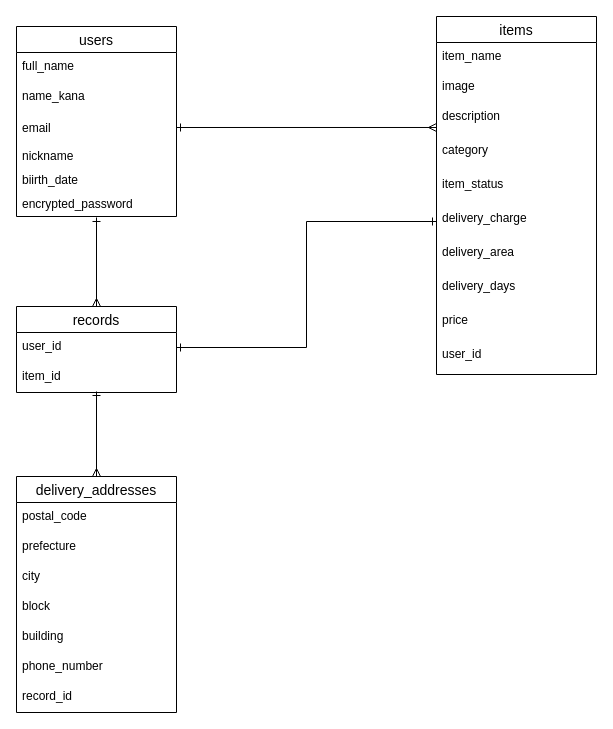
yoshi3939/furima-36113 keeps this draw.io diagram as furima.dio. Above is the earlier version. Source tidied: cells renumbered, new cells numbered last; positions are measured from the earlier drawing's top-left corner, leaving out a move shared by most shapes. Both pictures are drawn from the tidied source at 100%, with x=0, y=0 at pixel (16, 16).
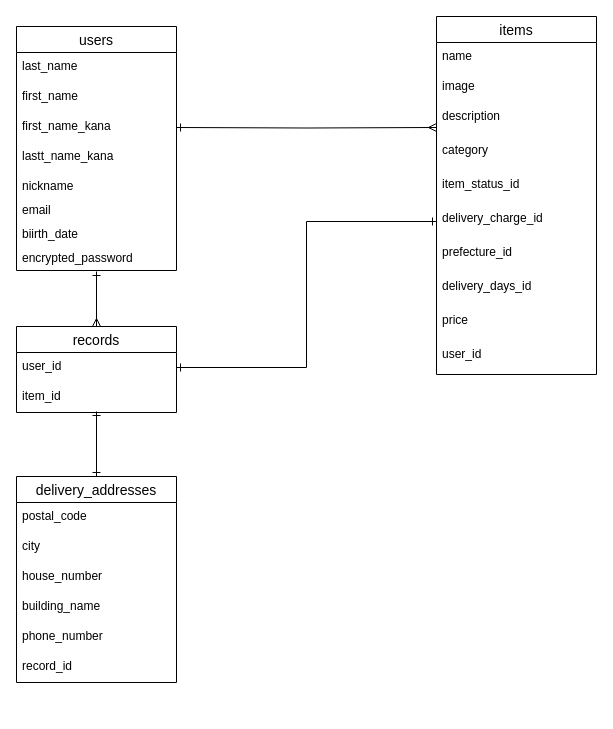
After the change.

Commit message (it also covers changes not shown here):
データベース設計修正

Unchanged cells that the change refers to:
```xml
<mxCell id="9" value="items" style="swimlane;fontStyle=0;horizontal=1;startSize=26;align=center;fontSize=14;" parent="1" vertex="1">
  <mxGeometry x="420" width="160" height="358" as="geometry" />
</mxCell>
<mxCell id="12" value="description" style="text;strokeColor=none;fillColor=none;spacingLeft=4;spacingRight=4;overflow=hidden;points=[[0,0.5],[1,0.5]];portConstraint=eastwest;fontSize=12;" parent="9" vertex="1">
  <mxGeometry y="86" width="160" height="34" as="geometry" />
</mxCell>
<mxCell id="23" value="item_id" style="text;strokeColor=none;fillColor=none;spacingLeft=4;spacingRight=4;overflow=hidden;points=[[0,0.5],[1,0.5]];portConstraint=eastwest;fontSize=12;" parent="21" vertex="1">
  <mxGeometry y="56" width="160" height="30" as="geometry" />
</mxCell>
```

The edit, as a diff of the source:
```diff
@@
     <mxCell id="2" value="users" style="swimlane;fontStyle=0;horizontal=1;startSize=26;align=center;fontSize=14;" parent="1" vertex="1">
-      <mxGeometry y="10" width="160" height="190" as="geometry" />
+      <mxGeometry y="10" width="160" height="244" as="geometry" />
     </mxCell>
-    <mxCell id="3" value="full_name" style="text;strokeColor=none;fillColor=none;spacingLeft=4;spacingRight=4;overflow=hidden;fontSize=12;" parent="2" vertex="1">
+    <mxCell id="3" value="last_name" style="text;strokeColor=none;fillColor=none;spacingLeft=4;spacingRight=4;overflow=hidden;fontSize=12;" parent="2" vertex="1">
       <mxGeometry y="26" width="160" height="30" as="geometry" />
     </mxCell>
+    <mxCell id="35" value="first_name" style="text;strokeColor=none;fillColor=none;spacingLeft=4;spacingRight=4;overflow=hidden;fontSize=12;" parent="2" vertex="1">
+      <mxGeometry y="56" width="160" height="30" as="geometry" />
+    </mxCell>
-    <mxCell id="4" value="name_kana" style="text;strokeColor=none;fillColor=none;spacingLeft=4;spacingRight=4;overflow=hidden;fontSize=12;" parent="2" vertex="1">
-      <mxGeometry y="56" width="160" height="30" as="geometry" />
+    <mxCell id="4" value="first_name_kana" style="text;strokeColor=none;fillColor=none;spacingLeft=4;spacingRight=4;overflow=hidden;fontSize=12;" parent="2" vertex="1">
+      <mxGeometry y="86" width="160" height="30" as="geometry" />
     </mxCell>
+    <mxCell id="36" value="lastt_name_kana" style="text;strokeColor=none;fillColor=none;spacingLeft=4;spacingRight=4;overflow=hidden;fontSize=12;" parent="2" vertex="1">
+      <mxGeometry y="116" width="160" height="30" as="geometry" />
+    </mxCell>
+    <mxCell id="6" value="nickname" style="text;strokeColor=none;fillColor=none;spacingLeft=4;spacingRight=4;overflow=hidden;fontSize=12;" parent="2" vertex="1">
+      <mxGeometry y="146" width="160" height="24" as="geometry" />
+    </mxCell>
-    <mxCell id="5" value="email" style="text;strokeColor=none;fillColor=none;spacingLeft=4;spacingRight=4;overflow=hidden;points=[[0,0.5],[1,0.5]];portConstraint=eastwest;fontSize=12;verticalAlign=middle;" parent="2" vertex="1">
-      <mxGeometry y="86" width="160" height="30" as="geometry" />
+    <mxCell id="5" value="email" style="text;strokeColor=none;fillColor=none;spacingLeft=4;spacingRight=4;overflow=hidden;points=[[0,0.5],[1,0.5]];portConstraint=eastwest;fontSize=12;" parent="2" vertex="1">
+      <mxGeometry y="170" width="160" height="24" as="geometry" />
     </mxCell>
-    <mxCell id="6" value="nickname" style="text;strokeColor=none;fillColor=none;spacingLeft=4;spacingRight=4;overflow=hidden;fontSize=12;" parent="2" vertex="1">
-      <mxGeometry y="116" width="160" height="24" as="geometry" />
-    </mxCell>
     <mxCell id="7" value="biirth_date&#10;&#10;" style="text;strokeColor=none;fillColor=none;spacingLeft=4;spacingRight=4;overflow=hidden;fontSize=12;" parent="2" vertex="1">
-      <mxGeometry y="140" width="160" height="24" as="geometry" />
+      <mxGeometry y="194" width="160" height="24" as="geometry" />
     </mxCell>
     <mxCell id="8" value="encrypted_password&#10;" style="text;strokeColor=none;fillColor=none;spacingLeft=4;spacingRight=4;overflow=hidden;points=[[0,0.5],[1,0.5]];portConstraint=eastwest;fontSize=12;" parent="2" vertex="1">
-      <mxGeometry y="164" width="160" height="26" as="geometry" />
+      <mxGeometry y="218" width="160" height="26" as="geometry" />
     </mxCell>
@@
-    <mxCell id="10" value="item_name" style="text;strokeColor=none;fillColor=none;spacingLeft=4;spacingRight=4;overflow=hidden;fontSize=12;" parent="9" vertex="1">
+    <mxCell id="10" value="name" style="text;strokeColor=none;fillColor=none;spacingLeft=4;spacingRight=4;overflow=hidden;fontSize=12;" parent="9" vertex="1">
       <mxGeometry y="26" width="160" height="30" as="geometry" />
     </mxCell>
@@
-    <mxCell id="14" value="item_status" style="text;strokeColor=none;fillColor=none;spacingLeft=4;spacingRight=4;overflow=hidden;fontSize=12;" parent="9" vertex="1">
+    <mxCell id="14" value="item_status_id" style="text;strokeColor=none;fillColor=none;spacingLeft=4;spacingRight=4;overflow=hidden;fontSize=12;" parent="9" vertex="1">
       <mxGeometry y="154" width="160" height="34" as="geometry" />
     </mxCell>
-    <mxCell id="15" value="delivery_charge" style="text;strokeColor=none;fillColor=none;spacingLeft=4;spacingRight=4;overflow=hidden;points=[[0,0.5],[1,0.5]];portConstraint=eastwest;fontSize=12;" parent="9" vertex="1">
+    <mxCell id="15" value="delivery_charge_id" style="text;strokeColor=none;fillColor=none;spacingLeft=4;spacingRight=4;overflow=hidden;points=[[0,0.5],[1,0.5]];portConstraint=eastwest;fontSize=12;" parent="9" vertex="1">
       <mxGeometry y="188" width="160" height="34" as="geometry" />
     </mxCell>
-    <mxCell id="16" value="delivery_area" style="text;strokeColor=none;fillColor=none;spacingLeft=4;spacingRight=4;overflow=hidden;fontSize=12;" parent="9" vertex="1">
-      <mxGeometry y="222" width="160" height="34" as="geometry" />
-    </mxCell>
+    <mxCell id="37" value="prefecture_id" style="text;strokeColor=none;fillColor=none;spacingLeft=4;spacingRight=4;overflow=hidden;fontSize=12;" parent="9" vertex="1">
+      <mxGeometry y="222" width="160" height="34" as="geometry" />
+    </mxCell>
-    <mxCell id="17" value="delivery_days" style="text;strokeColor=none;fillColor=none;spacingLeft=4;spacingRight=4;overflow=hidden;fontSize=12;" parent="9" vertex="1">
+    <mxCell id="17" value="delivery_days_id" style="text;strokeColor=none;fillColor=none;spacingLeft=4;spacingRight=4;overflow=hidden;fontSize=12;" parent="9" vertex="1">
       <mxGeometry y="256" width="160" height="34" as="geometry" />
     </mxCell>
@@
     <mxCell id="21" value="records" style="swimlane;fontStyle=0;horizontal=1;startSize=26;align=center;fontSize=14;" parent="1" vertex="1">
-      <mxGeometry y="290" width="160" height="86" as="geometry" />
+      <mxGeometry y="310" width="160" height="86" as="geometry" />
     </mxCell>
@@
-    <mxCell id="24" style="edgeStyle=orthogonalEdgeStyle;rounded=0;jettySize=auto;html=1;exitX=0.5;exitY=0;exitDx=0;exitDy=0;startArrow=ERmany;startFill=0;endArrow=ERone;endFill=0;entryX=0.5;entryY=0.967;entryDx=0;entryDy=0;entryPerimeter=0;" parent="1" edge="1" source="25" target="23">
+    <mxCell id="24" style="edgeStyle=orthogonalEdgeStyle;rounded=0;jettySize=auto;html=1;exitX=0.5;exitY=0;exitDx=0;exitDy=0;startArrow=ERone;startFill=0;endArrow=ERone;endFill=0;entryX=0.5;entryY=0.967;entryDx=0;entryDy=0;entryPerimeter=0;" parent="1" edge="1" source="25" target="23">
       <mxGeometry relative="1" as="geometry" />
     </mxCell>
     <mxCell id="25" value="delivery_addresses" style="swimlane;fontStyle=0;horizontal=1;startSize=26;align=center;fontSize=14;" parent="1" vertex="1">
-      <mxGeometry y="460" width="160" height="236" as="geometry" />
+      <mxGeometry y="460" width="160" height="206" as="geometry" />
     </mxCell>
@@
-    <mxCell id="27" value="prefecture" style="text;strokeColor=none;fillColor=none;spacingLeft=4;spacingRight=4;overflow=hidden;fontSize=12;" parent="25" vertex="1">
-      <mxGeometry y="56" width="160" height="30" as="geometry" />
-    </mxCell>
     <mxCell id="28" value="city" style="text;strokeColor=none;fillColor=none;spacingLeft=4;spacingRight=4;overflow=hidden;fontSize=12;" parent="25" vertex="1">
-      <mxGeometry y="86" width="160" height="30" as="geometry" />
+      <mxGeometry y="56" width="160" height="30" as="geometry" />
     </mxCell>
-    <mxCell id="29" value="block" style="text;strokeColor=none;fillColor=none;spacingLeft=4;spacingRight=4;overflow=hidden;fontSize=12;" parent="25" vertex="1">
-      <mxGeometry y="116" width="160" height="30" as="geometry" />
+    <mxCell id="29" value="house_number" style="text;strokeColor=none;fillColor=none;spacingLeft=4;spacingRight=4;overflow=hidden;fontSize=12;" parent="25" vertex="1">
+      <mxGeometry y="86" width="160" height="30" as="geometry" />
     </mxCell>
-    <mxCell id="30" value="building" style="text;strokeColor=none;fillColor=none;spacingLeft=4;spacingRight=4;overflow=hidden;fontSize=12;" parent="25" vertex="1">
-      <mxGeometry y="146" width="160" height="30" as="geometry" />
+    <mxCell id="30" value="building_name" style="text;strokeColor=none;fillColor=none;spacingLeft=4;spacingRight=4;overflow=hidden;fontSize=12;" parent="25" vertex="1">
+      <mxGeometry y="116" width="160" height="30" as="geometry" />
     </mxCell>
     <mxCell id="31" value="phone_number" style="text;strokeColor=none;fillColor=none;spacingLeft=4;spacingRight=4;overflow=hidden;fontSize=12;" parent="25" vertex="1">
-      <mxGeometry y="176" width="160" height="30" as="geometry" />
+      <mxGeometry y="146" width="160" height="30" as="geometry" />
     </mxCell>
     <mxCell id="32" value="record_id" style="text;strokeColor=none;fillColor=none;spacingLeft=4;spacingRight=4;overflow=hidden;fontSize=12;" parent="25" vertex="1">
-      <mxGeometry y="206" width="160" height="30" as="geometry" />
+      <mxGeometry y="176" width="160" height="30" as="geometry" />
     </mxCell>
-    <mxCell id="33" style="edgeStyle=orthogonalEdgeStyle;rounded=0;jettySize=auto;html=1;exitX=1;exitY=0.5;exitDx=0;exitDy=0;entryX=0;entryY=0.735;entryDx=0;entryDy=0;entryPerimeter=0;endArrow=ERmany;endFill=0;startArrow=ERone;startFill=0;" parent="1" edge="1" source="5" target="12">
-      <mxGeometry relative="1" as="geometry" />
+    <mxCell id="33" style="edgeStyle=orthogonalEdgeStyle;rounded=0;jettySize=auto;html=1;entryX=0;entryY=0.735;entryDx=0;entryDy=0;entryPerimeter=0;endArrow=ERmany;endFill=0;startArrow=ERone;startFill=0;" parent="1" edge="1" target="12">
+      <mxGeometry relative="1" as="geometry">
+        <mxPoint x="160" y="111" as="sourcePoint" />
+      </mxGeometry>
     </mxCell>
```
